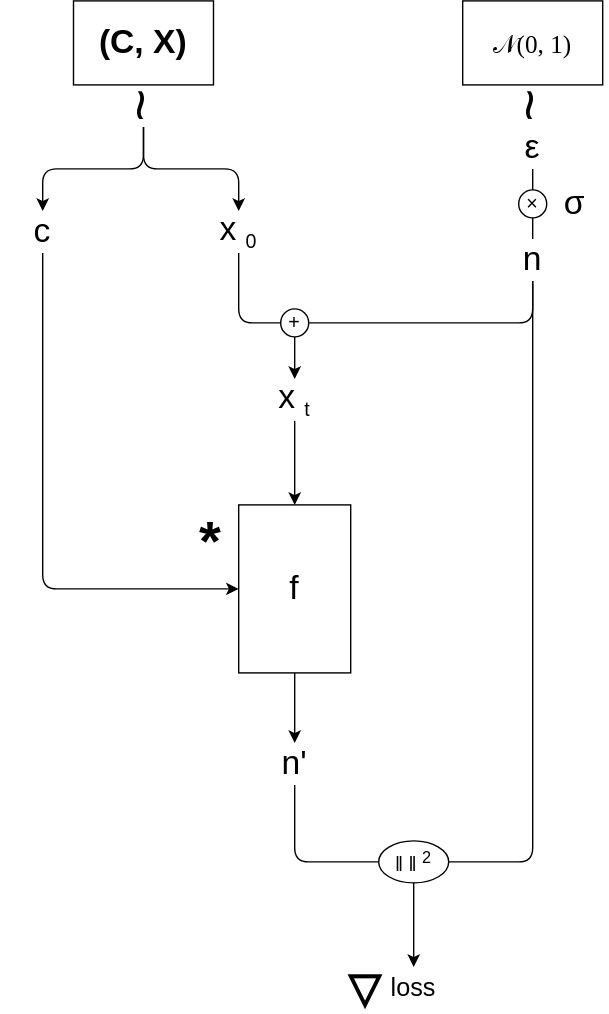
This is source/images/diagram-diffusion-conditional.drawio.svg from k-l-lambda/k-l-lambda.github.io, a draw.io export, as it was before one commit. Source tidied: cells renumbered, new cells last; positions are measured from the earlier drawing's top-left corner, leaving out a move shared by most shapes.
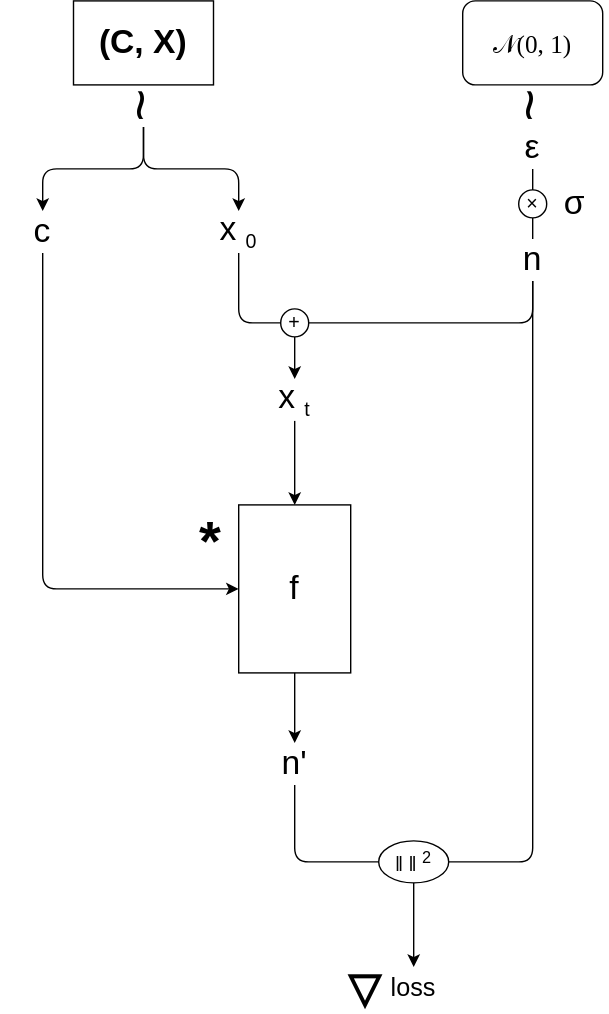
After the change.

The edit, as a diff of the source:
```diff
@@ -20,7 +20,7 @@
     <mxCell id="7" style="group;fontFamily=Courier New;fontStyle=0;" parent="1" vertex="1">
       <mxGeometry x="334" width="100" height="90" as="geometry" />
     </mxCell>
-    <mxCell id="8" value="&lt;font style=&quot;font-weight: normal; font-size: 18px;&quot; face=&quot;Times New Roman&quot;&gt;𝒩(0, 1)&lt;/font&gt;" style="whiteSpace=wrap;html=1;fontSize=24;fontStyle=1;" parent="7" vertex="1">
+    <mxCell id="8" value="&lt;font style=&quot;font-weight: normal; font-size: 18px;&quot; face=&quot;Times New Roman&quot;&gt;𝒩(0, 1)&lt;/font&gt;" style="whiteSpace=wrap;html=1;fontSize=24;fontStyle=1;rounded=1;" parent="7" vertex="1">
       <mxGeometry x="-4" width="100" height="60" as="geometry" />
     </mxCell>
     <mxCell id="9" style="edgeStyle=none;html=1;" parent="7" edge="1" source="10" target="8">
```
